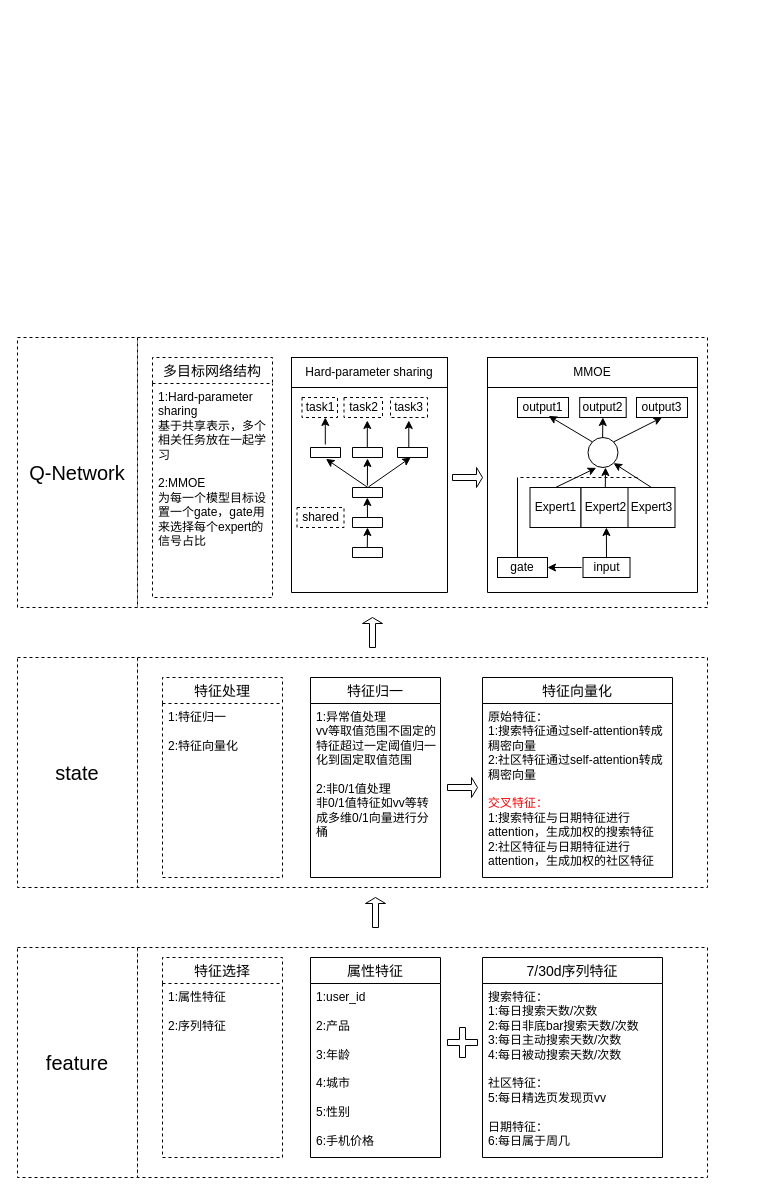
Earlier version of the draw.io diagram rl_dqn.drawio (whu20122015/draw.io). Source tidied: cells renumbered, new cells numbered last; positions are measured from the earlier drawing's top-left corner, leaving out a move shared by most shapes. Both pictures are drawn from the tidied source at 100%, with x=0, y=0 at pixel (17, 337).
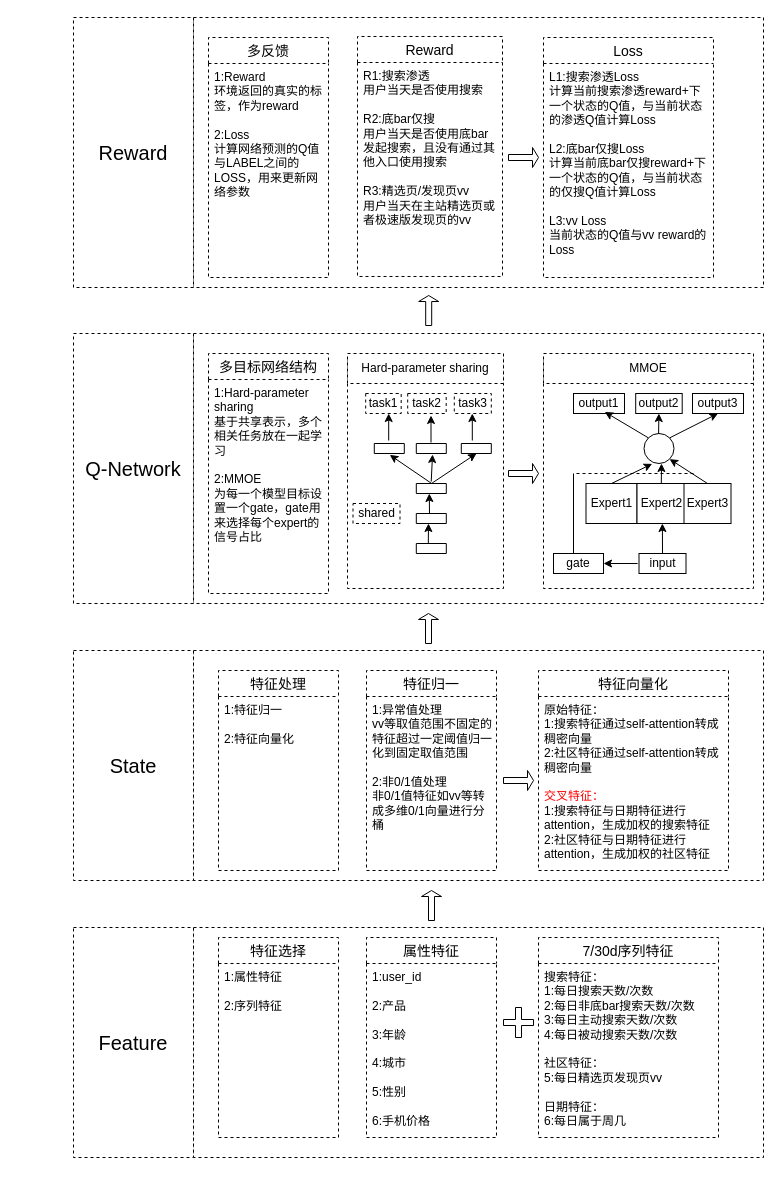
After the change.

Change to the diagram source:
```diff
@@
     <mxCell id="2" style="rounded=0;whiteSpace=wrap;html=1;dashed=1;" parent="1" vertex="1">
-      <mxGeometry x="120" width="570" height="270" as="geometry" />
+      <mxGeometry x="176" y="-4" width="570" height="270" as="geometry" />
     </mxCell>
     <mxCell id="3" style="rounded=0;whiteSpace=wrap;html=1;dashed=1;" parent="1" vertex="1">
-      <mxGeometry x="120" y="610" width="570" height="230" as="geometry" />
+      <mxGeometry x="176" y="590" width="570" height="230" as="geometry" />
     </mxCell>
     <mxCell id="4" style="rounded=0;whiteSpace=wrap;html=1;dashed=1;" parent="1" vertex="1">
-      <mxGeometry x="120" y="320" width="570" height="230" as="geometry" />
+      <mxGeometry x="176" y="313" width="570" height="230" as="geometry" />
     </mxCell>
-    <mxCell id="5" value="属性特征" style="swimlane;fontStyle=0;horizontal=1;startSize=26;align=center;fontSize=14;" parent="1" vertex="1">
-      <mxGeometry x="293" y="620" width="130" height="200" as="geometry" />
+    <mxCell id="5" value="属性特征" style="swimlane;fontStyle=0;horizontal=1;startSize=26;align=center;fontSize=14;dashed=1;" parent="1" vertex="1">
+      <mxGeometry x="349" y="600" width="130" height="200" as="geometry" />
     </mxCell>
@@
-    <mxCell id="7" value="7/30d序列特征" style="swimlane;fontStyle=0;horizontal=1;startSize=26;align=center;fontSize=14;" parent="1" vertex="1">
-      <mxGeometry x="465" y="620" width="180" height="200" as="geometry" />
+    <mxCell id="7" value="7/30d序列特征" style="swimlane;fontStyle=0;horizontal=1;startSize=26;align=center;fontSize=14;dashed=1;" parent="1" vertex="1">
+      <mxGeometry x="521" y="600" width="180" height="200" as="geometry" />
     </mxCell>
@@
     <mxCell id="9" value="特征选择" style="swimlane;fontStyle=0;horizontal=1;startSize=26;align=center;fontSize=14;dashed=1;" parent="1" vertex="1">
-      <mxGeometry x="145" y="620" width="120" height="200" as="geometry" />
+      <mxGeometry x="201" y="600" width="120" height="200" as="geometry" />
     </mxCell>
@@
-    <mxCell id="11" value="特征归一" style="swimlane;fontStyle=0;horizontal=1;startSize=26;align=center;fontSize=14;" parent="1" vertex="1">
-      <mxGeometry x="293" y="340" width="130" height="200" as="geometry" />
+    <mxCell id="11" value="特征归一" style="swimlane;fontStyle=0;horizontal=1;startSize=26;align=center;fontSize=14;dashed=1;" parent="1" vertex="1">
+      <mxGeometry x="349" y="333" width="130" height="200" as="geometry" />
     </mxCell>
@@
-    <mxCell id="13" value="特征向量化" style="swimlane;fontStyle=0;horizontal=1;startSize=26;align=center;fontSize=14;" parent="1" vertex="1">
-      <mxGeometry x="465" y="340" width="190" height="200" as="geometry" />
+    <mxCell id="13" value="特征向量化" style="swimlane;fontStyle=0;horizontal=1;startSize=26;align=center;fontSize=14;dashed=1;" parent="1" vertex="1">
+      <mxGeometry x="521" y="333" width="190" height="200" as="geometry" />
     </mxCell>
@@
     <mxCell id="15" value="特征处理" style="swimlane;fontStyle=0;horizontal=1;startSize=26;align=center;fontSize=14;dashed=1;" parent="1" vertex="1">
-      <mxGeometry x="145" y="340" width="120" height="200" as="geometry" />
+      <mxGeometry x="201" y="333" width="120" height="200" as="geometry" />
     </mxCell>
@@
     <mxCell id="17" style="shape=cross;whiteSpace=wrap;html=1;" parent="1" vertex="1">
-      <mxGeometry x="430" y="690" width="30" height="30" as="geometry" />
+      <mxGeometry x="486" y="670" width="30" height="30" as="geometry" />
     </mxCell>
     <mxCell id="18" style="shape=singleArrow;whiteSpace=wrap;html=1;" parent="1" vertex="1">
-      <mxGeometry x="430" y="440" width="30" height="20" as="geometry" />
+      <mxGeometry x="486" y="433" width="30" height="20" as="geometry" />
     </mxCell>
     <mxCell id="19" value="多目标网络结构" style="swimlane;fontStyle=0;horizontal=1;startSize=26;align=center;fontSize=14;dashed=1;" parent="1" vertex="1">
-      <mxGeometry x="135" y="20" width="120" height="240" as="geometry" />
+      <mxGeometry x="191" y="16" width="120" height="240" as="geometry" />
     </mxCell>
@@
-    <mxCell id="21" style="verticalLabelPosition=bottom;verticalAlign=top;html=1;shape=mxgraph.basic.rect;fillColor2=none;strokeWidth=1;size=20;indent=5;" parent="1" vertex="1">
-      <mxGeometry x="274" y="25" width="156" height="230" as="geometry" />
+    <mxCell id="21" style="verticalLabelPosition=bottom;verticalAlign=top;html=1;shape=mxgraph.basic.rect;fillColor2=none;strokeWidth=1;size=20;indent=5;dashed=1;" parent="1" vertex="1">
+      <mxGeometry x="330" y="21" width="156" height="230" as="geometry" />
     </mxCell>
-    <mxCell id="22" style="verticalLabelPosition=bottom;verticalAlign=top;html=1;shape=mxgraph.basic.rect;fillColor2=none;strokeWidth=1;size=20;indent=5;" parent="1" vertex="1">
-      <mxGeometry x="470" y="25" width="210" height="230" as="geometry" />
+    <mxCell id="22" style="verticalLabelPosition=bottom;verticalAlign=top;html=1;shape=mxgraph.basic.rect;fillColor2=none;strokeWidth=1;size=20;indent=5;dashed=1;" parent="1" vertex="1">
+      <mxGeometry x="526" y="21" width="210" height="230" as="geometry" />
     </mxCell>
     <mxCell id="23" style="verticalLabelPosition=bottom;verticalAlign=top;html=1;shape=mxgraph.basic.rect;fillColor2=none;strokeWidth=1;size=20;indent=5;" parent="1" vertex="1">
-      <mxGeometry x="335" y="210" width="30" height="10" as="geometry" />
+      <mxGeometry x="398.8" y="206" width="30" height="10" as="geometry" />
     </mxCell>
     <mxCell id="24" style="verticalLabelPosition=bottom;verticalAlign=top;html=1;shape=mxgraph.basic.rect;fillColor2=none;strokeWidth=1;size=20;indent=5;" parent="1" vertex="1">
-      <mxGeometry x="335" y="180" width="30" height="10" as="geometry" />
+      <mxGeometry x="398.8" y="176" width="30" height="10" as="geometry" />
     </mxCell>
     <mxCell id="25" style="verticalLabelPosition=bottom;verticalAlign=top;html=1;shape=mxgraph.basic.rect;fillColor2=none;strokeWidth=1;size=20;indent=5;" parent="1" vertex="1">
-      <mxGeometry x="335" y="150" width="30" height="10" as="geometry" />
+      <mxGeometry x="398.8" y="146" width="30" height="10" as="geometry" />
     </mxCell>
     <mxCell id="26" style="verticalLabelPosition=bottom;verticalAlign=top;html=1;shape=mxgraph.basic.rect;fillColor2=none;strokeWidth=1;size=20;indent=5;" parent="1" vertex="1">
-      <mxGeometry x="293" y="110" width="30" height="10" as="geometry" />
+      <mxGeometry x="356.8" y="106" width="30" height="10" as="geometry" />
     </mxCell>
     <mxCell id="27" style="verticalLabelPosition=bottom;verticalAlign=top;html=1;shape=mxgraph.basic.rect;fillColor2=none;strokeWidth=1;size=20;indent=5;" parent="1" vertex="1">
-      <mxGeometry x="335" y="110" width="30" height="10" as="geometry" />
+      <mxGeometry x="398.8" y="106" width="30" height="10" as="geometry" />
     </mxCell>
     <mxCell id="28" style="verticalLabelPosition=bottom;verticalAlign=top;html=1;shape=mxgraph.basic.rect;fillColor2=none;strokeWidth=1;size=20;indent=5;" parent="1" vertex="1">
-      <mxGeometry x="380" y="110" width="30" height="10" as="geometry" />
+      <mxGeometry x="443.8" y="106" width="30" height="10" as="geometry" />
     </mxCell>
@@
-    <mxCell id="30" style="endArrow=classic;html=1;rounded=0;exitX=0.497;exitY=-0.19;exitDx=0;exitDy=0;exitPerimeter=0;entryX=0.516;entryY=1.143;entryDx=0;entryDy=0;entryPerimeter=0;" parent="1" edge="1" source="25">
-      <mxGeometry relative="1" as="geometry">
-        <mxPoint x="350" y="121" as="targetPoint" />
-      </mxGeometry>
+    <mxCell id="30" style="endArrow=classic;html=1;rounded=0;exitX=0.497;exitY=-0.19;exitDx=0;exitDy=0;exitPerimeter=0;entryX=0.542;entryY=1.1;entryDx=0;entryDy=0;entryPerimeter=0;" parent="1" edge="1" source="25" target="27">
+      <mxGeometry relative="1" as="geometry" />
     </mxCell>
-    <mxCell id="31" style="endArrow=classic;html=1;rounded=0;exitX=0.529;exitY=-0.048;exitDx=0;exitDy=0;exitPerimeter=0;entryX=0.441;entryY=1;entryDx=0;entryDy=0;entryPerimeter=0;" parent="1" edge="1" source="25" target="28">
-      <mxGeometry relative="1" as="geometry" />
+    <mxCell id="31" style="endArrow=classic;html=1;rounded=0;exitX=0.529;exitY=-0.048;exitDx=0;exitDy=0;exitPerimeter=0;" parent="1" edge="1" source="25">
+      <mxGeometry relative="1" as="geometry">
+        <mxPoint x="459" y="116" as="targetPoint" />
+      </mxGeometry>
     </mxCell>
     <mxCell id="32" style="endArrow=classic;html=1;rounded=0;entryX=0.516;entryY=1.143;entryDx=0;entryDy=0;entryPerimeter=0;" parent="1" edge="1">
       <mxGeometry relative="1" as="geometry">
-        <mxPoint x="350" y="180" as="sourcePoint" />
-        <mxPoint x="349.8" y="160" as="targetPoint" />
+        <mxPoint x="412" y="176" as="sourcePoint" />
+        <mxPoint x="411.8" y="156" as="targetPoint" />
       </mxGeometry>
     </mxCell>
     <mxCell id="33" style="endArrow=classic;html=1;rounded=0;exitX=0.497;exitY=-0.19;exitDx=0;exitDy=0;exitPerimeter=0;" parent="1" edge="1">
       <mxGeometry relative="1" as="geometry">
-        <mxPoint x="349.8" y="210" as="sourcePoint" />
-        <mxPoint x="350" y="190" as="targetPoint" />
+        <mxPoint x="410.8" y="206" as="sourcePoint" />
+        <mxPoint x="411" y="186" as="targetPoint" />
       </mxGeometry>
     </mxCell>
     <mxCell id="34" value="shared" style="rounded=0;whiteSpace=wrap;html=1;dashed=1;" parent="1" vertex="1">
-      <mxGeometry x="279.5" y="170" width="47" height="20" as="geometry" />
+      <mxGeometry x="335.5" y="166" width="47" height="20" as="geometry" />
     </mxCell>
     <mxCell id="35" value="task1" style="rounded=0;whiteSpace=wrap;html=1;dashed=1;" parent="1" vertex="1">
-      <mxGeometry x="284.5" y="60" width="35.5" height="20" as="geometry" />
+      <mxGeometry x="348.2" y="56" width="35.5" height="20" as="geometry" />
     </mxCell>
     <mxCell id="36" value="task2" style="rounded=0;whiteSpace=wrap;html=1;dashed=1;" parent="1" vertex="1">
-      <mxGeometry x="326.5" y="60" width="38.5" height="20" as="geometry" />
+      <mxGeometry x="390.2" y="56" width="38.5" height="20" as="geometry" />
     </mxCell>
     <mxCell id="37" value="task3" style="rounded=0;whiteSpace=wrap;html=1;dashed=1;" parent="1" vertex="1">
-      <mxGeometry x="373" y="60" width="37" height="20" as="geometry" />
+      <mxGeometry x="436.8" y="56" width="37" height="20" as="geometry" />
     </mxCell>
     <mxCell id="38" style="endArrow=classic;html=1;rounded=0;exitX=0.497;exitY=-0.19;exitDx=0;exitDy=0;exitPerimeter=0;entryX=0.516;entryY=1.143;entryDx=0;entryDy=0;entryPerimeter=0;" parent="1" edge="1">
       <mxGeometry relative="1" as="geometry">
-        <mxPoint x="307.8" y="107" as="sourcePoint" />
-        <mxPoint x="307.8" y="80" as="targetPoint" />
+        <mxPoint x="371.2" y="103" as="sourcePoint" />
+        <mxPoint x="371.2" y="76" as="targetPoint" />
       </mxGeometry>
     </mxCell>
     <mxCell id="39" style="endArrow=classic;html=1;rounded=0;exitX=0.497;exitY=-0.19;exitDx=0;exitDy=0;exitPerimeter=0;entryX=0.516;entryY=1.143;entryDx=0;entryDy=0;entryPerimeter=0;" parent="1" edge="1">
       <mxGeometry relative="1" as="geometry">
-        <mxPoint x="349.8" y="110" as="sourcePoint" />
-        <mxPoint x="349.8" y="83" as="targetPoint" />
+        <mxPoint x="413.5" y="105" as="sourcePoint" />
+        <mxPoint x="413.5" y="78" as="targetPoint" />
       </mxGeometry>
     </mxCell>
     <mxCell id="40" style="endArrow=classic;html=1;rounded=0;exitX=0.497;exitY=-0.19;exitDx=0;exitDy=0;exitPerimeter=0;entryX=0.516;entryY=1.143;entryDx=0;entryDy=0;entryPerimeter=0;" parent="1" edge="1">
       <mxGeometry relative="1" as="geometry">
-        <mxPoint x="391.3" y="110" as="sourcePoint" />
-        <mxPoint x="391.3" y="83" as="targetPoint" />
+        <mxPoint x="454.8" y="103" as="sourcePoint" />
+        <mxPoint x="454.8" y="76" as="targetPoint" />
       </mxGeometry>
     </mxCell>
-    <mxCell id="41" value="Hard-parameter sharing" style="rounded=0;whiteSpace=wrap;html=1;" parent="1" vertex="1">
-      <mxGeometry x="274" y="20" width="156" height="30" as="geometry" />
+    <mxCell id="41" value="Hard-parameter sharing" style="rounded=0;whiteSpace=wrap;html=1;dashed=1;" parent="1" vertex="1">
+      <mxGeometry x="330" y="16" width="156" height="30" as="geometry" />
     </mxCell>
     <mxCell id="42" value="Expert1" style="rounded=0;whiteSpace=wrap;html=1;" parent="1" vertex="1">
-      <mxGeometry x="512.5" y="150" width="51" height="40" as="geometry" />
+      <mxGeometry x="568.5" y="146" width="51" height="40" as="geometry" />
     </mxCell>
     <mxCell id="43" value="Expert2" style="rounded=0;whiteSpace=wrap;html=1;" parent="1" vertex="1">
-      <mxGeometry x="563.5" y="150" width="49" height="40" as="geometry" />
+      <mxGeometry x="619.5" y="146" width="49" height="40" as="geometry" />
     </mxCell>
     <mxCell id="44" value="Expert3" style="rounded=0;whiteSpace=wrap;html=1;" parent="1" vertex="1">
-      <mxGeometry x="610.5" y="150" width="47" height="40" as="geometry" />
+      <mxGeometry x="666.5" y="146" width="47" height="40" as="geometry" />
     </mxCell>
     <mxCell id="45" value="input" style="rounded=0;whiteSpace=wrap;html=1;" parent="1" vertex="1">
-      <mxGeometry x="565.5" y="220" width="47" height="20" as="geometry" />
+      <mxGeometry x="621.5" y="216" width="47" height="20" as="geometry" />
     </mxCell>
     <mxCell id="46" value="gate" style="rounded=0;whiteSpace=wrap;html=1;" parent="1" vertex="1">
-      <mxGeometry x="480" y="220" width="50" height="20" as="geometry" />
+      <mxGeometry x="536" y="216" width="50" height="20" as="geometry" />
     </mxCell>
     <mxCell id="47" style="endArrow=classic;html=1;rounded=0;exitX=0.5;exitY=0;exitDx=0;exitDy=0;" parent="1" edge="1" source="45">
       <mxGeometry relative="1" as="geometry">
-        <mxPoint x="588.9" y="190" as="targetPoint" />
+        <mxPoint x="644.9" y="186" as="targetPoint" />
       </mxGeometry>
     </mxCell>
     <mxCell id="48" style="endArrow=classic;html=1;rounded=0;exitX=0.5;exitY=0;exitDx=0;exitDy=0;" parent="1" edge="1">
       <mxGeometry relative="1" as="geometry">
-        <mxPoint x="564.1" y="230" as="sourcePoint" />
-        <mxPoint x="530" y="230" as="targetPoint" />
+        <mxPoint x="620.1" y="226" as="sourcePoint" />
+        <mxPoint x="586" y="226" as="targetPoint" />
       </mxGeometry>
     </mxCell>
     <mxCell id="49" value="output1" style="rounded=0;whiteSpace=wrap;html=1;" parent="1" vertex="1">
-      <mxGeometry x="500" y="60" width="51" height="20" as="geometry" />
+      <mxGeometry x="556" y="56" width="51" height="20" as="geometry" />
     </mxCell>
     <mxCell id="50" value="output3" style="rounded=0;whiteSpace=wrap;html=1;" parent="1" vertex="1">
-      <mxGeometry x="619" y="60" width="51" height="20" as="geometry" />
+      <mxGeometry x="675" y="56" width="51" height="20" as="geometry" />
     </mxCell>
     <mxCell id="51" style="ellipse;whiteSpace=wrap;html=1;" parent="1" vertex="1">
-      <mxGeometry x="570.5" y="100" width="30" height="30" as="geometry" />
+      <mxGeometry x="626.5" y="96" width="30" height="30" as="geometry" />
     </mxCell>
     <mxCell id="52" style="endArrow=classic;html=1;rounded=0;exitX=0.5;exitY=0;exitDx=0;exitDy=0;" parent="1" edge="1">
       <mxGeometry relative="1" as="geometry">
-        <mxPoint x="587.8" y="150" as="sourcePoint" />
-        <mxPoint x="588" y="130" as="targetPoint" />
+        <mxPoint x="643.8" y="146" as="sourcePoint" />
+        <mxPoint x="644" y="126" as="targetPoint" />
       </mxGeometry>
     </mxCell>
@@
     <mxCell id="55" style="endArrow=none;html=1;rounded=0;" parent="1" edge="1">
       <mxGeometry relative="1" as="geometry">
-        <mxPoint x="500" y="220" as="sourcePoint" />
-        <mxPoint x="500" y="140" as="targetPoint" />
+        <mxPoint x="556" y="216" as="sourcePoint" />
+        <mxPoint x="556" y="136" as="targetPoint" />
       </mxGeometry>
     </mxCell>
     <mxCell id="56" style="endArrow=none;html=1;rounded=0;dashed=1;" parent="1" edge="1">
       <mxGeometry relative="1" as="geometry">
-        <mxPoint x="620" y="140" as="sourcePoint" />
-        <mxPoint x="500" y="140" as="targetPoint" />
+        <mxPoint x="676" y="136" as="sourcePoint" />
+        <mxPoint x="556" y="136" as="targetPoint" />
       </mxGeometry>
     </mxCell>
@@
-    <mxCell id="59" value="MMOE" style="rounded=0;whiteSpace=wrap;html=1;" parent="1" vertex="1">
-      <mxGeometry x="470" y="20" width="210" height="30" as="geometry" />
+    <mxCell id="59" value="MMOE" style="rounded=0;whiteSpace=wrap;html=1;dashed=1;" parent="1" vertex="1">
+      <mxGeometry x="526" y="16" width="210" height="30" as="geometry" />
     </mxCell>
     <mxCell id="60" style="shape=singleArrow;whiteSpace=wrap;html=1;" parent="1" vertex="1">
-      <mxGeometry x="435" y="130" width="30" height="20" as="geometry" />
+      <mxGeometry x="491" y="126" width="30" height="20" as="geometry" />
     </mxCell>
     <mxCell id="61" style="shape=singleArrow;direction=north;whiteSpace=wrap;html=1;" parent="1" vertex="1">
-      <mxGeometry x="345" y="280" width="20" height="30" as="geometry" />
+      <mxGeometry x="401" y="276" width="20" height="30" as="geometry" />
     </mxCell>
     <mxCell id="62" value="output2" style="rounded=0;whiteSpace=wrap;html=1;" parent="1" vertex="1">
-      <mxGeometry x="562.2" y="60" width="46.5" height="20" as="geometry" />
+      <mxGeometry x="618.2" y="56" width="46.5" height="20" as="geometry" />
     </mxCell>
     <mxCell id="63" style="endArrow=classic;html=1;rounded=0;exitX=0.5;exitY=0;exitDx=0;exitDy=0;" parent="1" edge="1">
       <mxGeometry relative="1" as="geometry">
-        <mxPoint x="585.1" y="100" as="sourcePoint" />
-        <mxPoint x="585.4" y="80" as="targetPoint" />
+        <mxPoint x="641.1" y="96" as="sourcePoint" />
+        <mxPoint x="641.4" y="76" as="targetPoint" />
       </mxGeometry>
     </mxCell>
     <mxCell id="64" style="shape=singleArrow;direction=north;whiteSpace=wrap;html=1;" parent="1" vertex="1">
-      <mxGeometry x="348" y="560" width="20" height="30" as="geometry" />
+      <mxGeometry x="404" y="553" width="20" height="30" as="geometry" />
     </mxCell>
-    <mxCell id="65" value="&lt;font style=&quot;font-size: 20px;&quot;&gt;state&lt;/font&gt;" style="rounded=0;whiteSpace=wrap;html=1;dashed=1;" parent="1" vertex="1">
-      <mxGeometry y="320" width="120" height="230" as="geometry" />
+    <mxCell id="65" value="&lt;font style=&quot;font-size: 20px;&quot;&gt;State&lt;/font&gt;" style="rounded=0;whiteSpace=wrap;html=1;dashed=1;" parent="1" vertex="1">
+      <mxGeometry x="56" y="313" width="120" height="230" as="geometry" />
     </mxCell>
     <mxCell id="66" value="&lt;font style=&quot;font-size: 20px;&quot;&gt;Q-Network&lt;/font&gt;" style="rounded=0;whiteSpace=wrap;html=1;dashed=1;" parent="1" vertex="1">
-      <mxGeometry width="120" height="270" as="geometry" />
+      <mxGeometry x="56" y="-4" width="120" height="270" as="geometry" />
     </mxCell>
-    <mxCell id="67" value="&lt;font style=&quot;font-size: 20px;&quot;&gt;feature&lt;/font&gt;" style="rounded=0;whiteSpace=wrap;html=1;dashed=1;" parent="1" vertex="1">
-      <mxGeometry y="610" width="120" height="230" as="geometry" />
+    <mxCell id="67" value="&lt;font style=&quot;font-size: 20px;&quot;&gt;Feature&lt;/font&gt;" style="rounded=0;whiteSpace=wrap;html=1;dashed=1;" parent="1" vertex="1">
+      <mxGeometry x="56" y="590" width="120" height="230" as="geometry" />
     </mxCell>
+    <mxCell id="68" style="rounded=0;whiteSpace=wrap;html=1;dashed=1;" parent="1" vertex="1">
+      <mxGeometry x="176" y="-320" width="570" height="270" as="geometry" />
+    </mxCell>
+    <mxCell id="69" value="&lt;font style=&quot;font-size: 20px;&quot;&gt;Reward&lt;/font&gt;" style="rounded=0;whiteSpace=wrap;html=1;dashed=1;" parent="1" vertex="1">
+      <mxGeometry x="56" y="-320" width="120" height="270" as="geometry" />
+    </mxCell>
+    <mxCell id="70" style="shape=singleArrow;direction=north;whiteSpace=wrap;html=1;" parent="1" vertex="1">
+      <mxGeometry x="401.2" y="-42" width="20" height="30" as="geometry" />
+    </mxCell>
+    <mxCell id="71" value="多反馈" style="swimlane;fontStyle=0;horizontal=1;startSize=26;align=center;fontSize=14;dashed=1;" parent="1" vertex="1">
+      <mxGeometry x="191" y="-300" width="120" height="240" as="geometry" />
+    </mxCell>
+    <mxCell id="72" value="1:Reward&lt;br&gt;环境返回的真实的标签，作为reward&lt;br&gt;&lt;br&gt;2:Loss&lt;br&gt;计算网络预测的Q值与LABEL之间的LOSS，用来更新网络参数" style="text;strokeColor=none;fillColor=none;spacingLeft=4;spacingRight=4;overflow=hidden;fontSize=12;whiteSpace=wrap;html=1;" parent="71" vertex="1">
+      <mxGeometry y="26" width="120" height="214" as="geometry" />
+    </mxCell>
+    <mxCell id="73" value="Reward" style="swimlane;fontStyle=0;horizontal=1;startSize=26;align=center;fontSize=14;dashed=1;" parent="1" vertex="1">
+      <mxGeometry x="340" y="-301" width="145" height="240" as="geometry" />
+    </mxCell>
+    <mxCell id="74" value="R1:搜索渗透&lt;br&gt;用户当天是否使用搜索&lt;br&gt;&lt;br&gt;R2:底bar仅搜&lt;br&gt;用户当天是否使用底bar发起搜索，且没有通过其他入口使用搜索&lt;br&gt;&lt;br&gt;R3:精选页/发现页vv&lt;br&gt;用户当天在主站精选页或者极速版发现页的vv" style="text;strokeColor=none;fillColor=none;spacingLeft=4;spacingRight=4;overflow=hidden;fontSize=12;whiteSpace=wrap;html=1;" parent="73" vertex="1">
+      <mxGeometry y="26" width="145" height="214" as="geometry" />
+    </mxCell>
+    <mxCell id="75" value="Loss" style="swimlane;fontStyle=0;horizontal=1;startSize=26;align=center;fontSize=14;dashed=1;" parent="1" vertex="1">
+      <mxGeometry x="526" y="-300" width="170" height="240" as="geometry" />
+    </mxCell>
+    <mxCell id="76" value="L1:搜索渗透Loss&amp;nbsp;&lt;br&gt;计算当前搜索渗透reward+下一个状态的Q值，与当前状态的渗透Q值计算Loss&lt;br&gt;&lt;br&gt;L2:底bar仅搜Loss&lt;br&gt;计算当前底bar仅搜reward+下一个状态的Q值，与当前状态的仅搜Q值计算Loss&lt;br&gt;&lt;br&gt;L3:vv Loss&lt;br&gt;当前状态的Q值与vv reward的Loss" style="text;strokeColor=none;fillColor=none;spacingLeft=4;spacingRight=4;overflow=hidden;fontSize=12;whiteSpace=wrap;html=1;" parent="75" vertex="1">
+      <mxGeometry y="26" width="170" height="214" as="geometry" />
+    </mxCell>
+    <mxCell id="77" style="shape=singleArrow;whiteSpace=wrap;html=1;" parent="1" vertex="1">
+      <mxGeometry x="491" y="-190" width="30" height="20" as="geometry" />
+    </mxCell>
```
